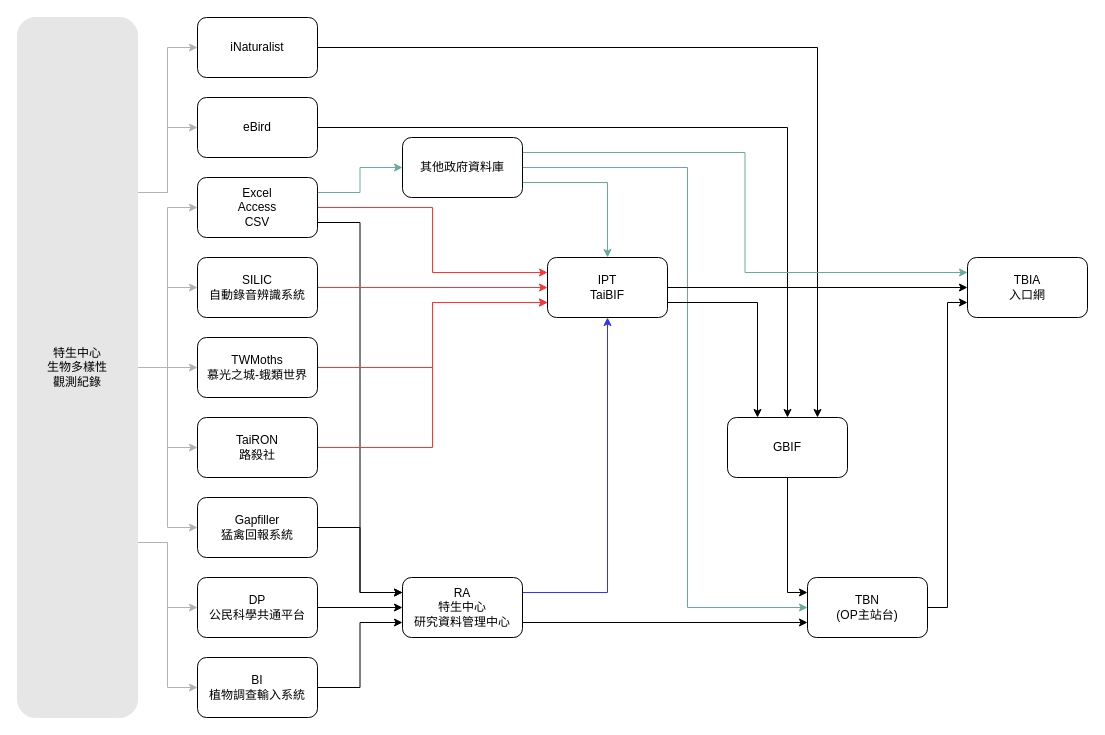
Before: Untitled Diagram2.drawio in jerome-cjko/foolingAround, a draw.io diagram. Source tidied: cells renumbered, new cells numbered last; positions are measured from the earlier drawing's top-left corner, leaving out a move shared by most shapes. Both pictures are drawn from the tidied source at 100%, with x=0, y=0 at pixel (17, 17).
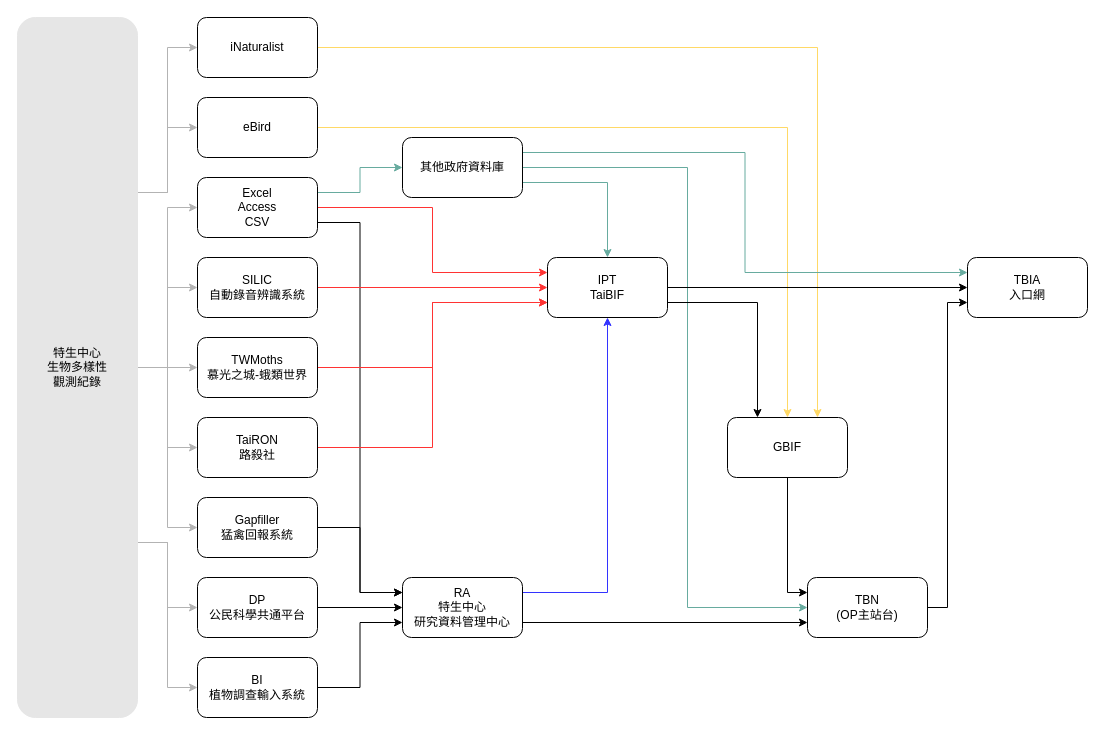
After the change.

The change refers to these unchanged cells:
```xml
<mxCell id="27" value="&lt;div&gt;eBird&lt;/div&gt;" style="rounded=1;whiteSpace=wrap;html=1;" parent="1" vertex="1">
  <mxGeometry x="180" y="80" width="120" height="60" as="geometry" />
</mxCell>
<mxCell id="29" value="iNaturalist" style="rounded=1;whiteSpace=wrap;html=1;" parent="1" vertex="1">
  <mxGeometry x="180" width="120" height="60" as="geometry" />
</mxCell>
<mxCell id="43" value="GBIF" style="rounded=1;whiteSpace=wrap;html=1;" parent="1" vertex="1">
  <mxGeometry x="710" y="400" width="120" height="60" as="geometry" />
</mxCell>
```

What changed in the source:
```diff
@@
-    <mxCell id="26" style="edgeStyle=orthogonalEdgeStyle;rounded=0;jettySize=auto;html=1;exitX=1;exitY=0.5;exitDx=0;exitDy=0;entryX=0.5;entryY=0;entryDx=0;entryDy=0;strokeColor=#000000;" parent="1" edge="1" source="27" target="43">
+    <mxCell id="26" style="edgeStyle=orthogonalEdgeStyle;rounded=0;jettySize=auto;html=1;exitX=1;exitY=0.5;exitDx=0;exitDy=0;entryX=0.5;entryY=0;entryDx=0;entryDy=0;strokeColor=#FFD966;" parent="1" edge="1" source="27" target="43">
       <mxGeometry relative="1" as="geometry" />
     </mxCell>
@@
-    <mxCell id="28" style="edgeStyle=orthogonalEdgeStyle;rounded=0;jettySize=auto;html=1;exitX=1;exitY=0.5;exitDx=0;exitDy=0;entryX=0.75;entryY=0;entryDx=0;entryDy=0;strokeColor=#000000;" parent="1" edge="1" source="29" target="43">
+    <mxCell id="28" style="edgeStyle=orthogonalEdgeStyle;rounded=0;jettySize=auto;html=1;exitX=1;exitY=0.5;exitDx=0;exitDy=0;entryX=0.75;entryY=0;entryDx=0;entryDy=0;strokeColor=#FFD966;" parent="1" edge="1" source="29" target="43">
       <mxGeometry relative="1" as="geometry" />
     </mxCell>
```
